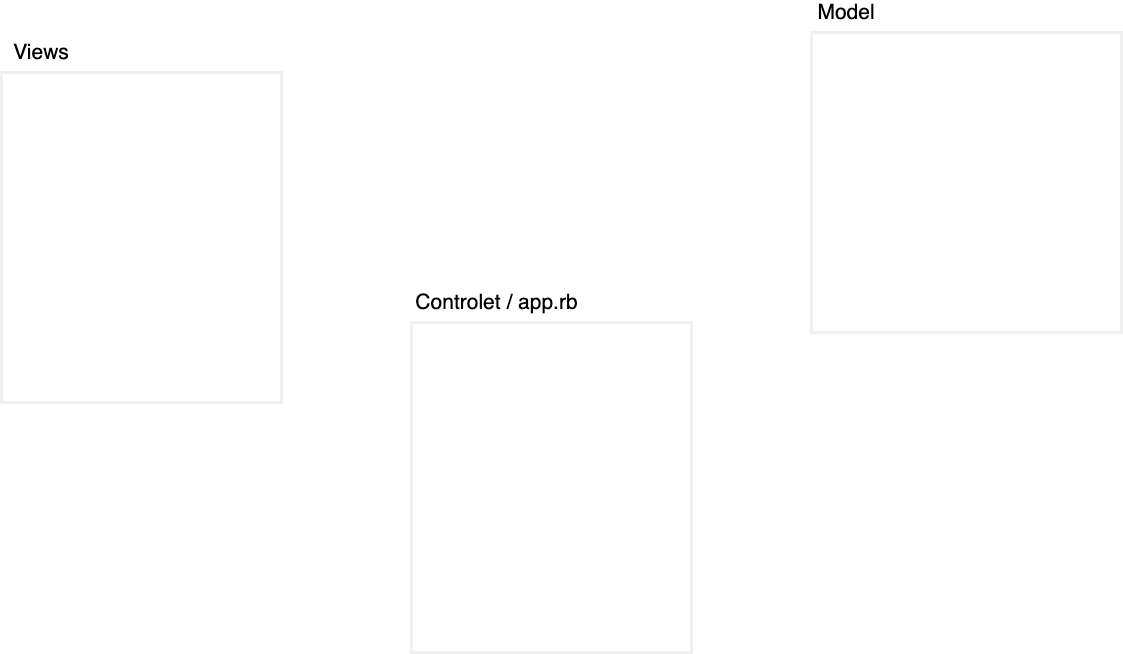
Before: diagram.drawio.png, a diagram exported from draw.io (makersacademy/rps-challenge-apprenticeships). Source tidied: cells renumbered, new cells last; positions are measured from the earlier drawing's top-left corner, leaving out a move shared by most shapes.
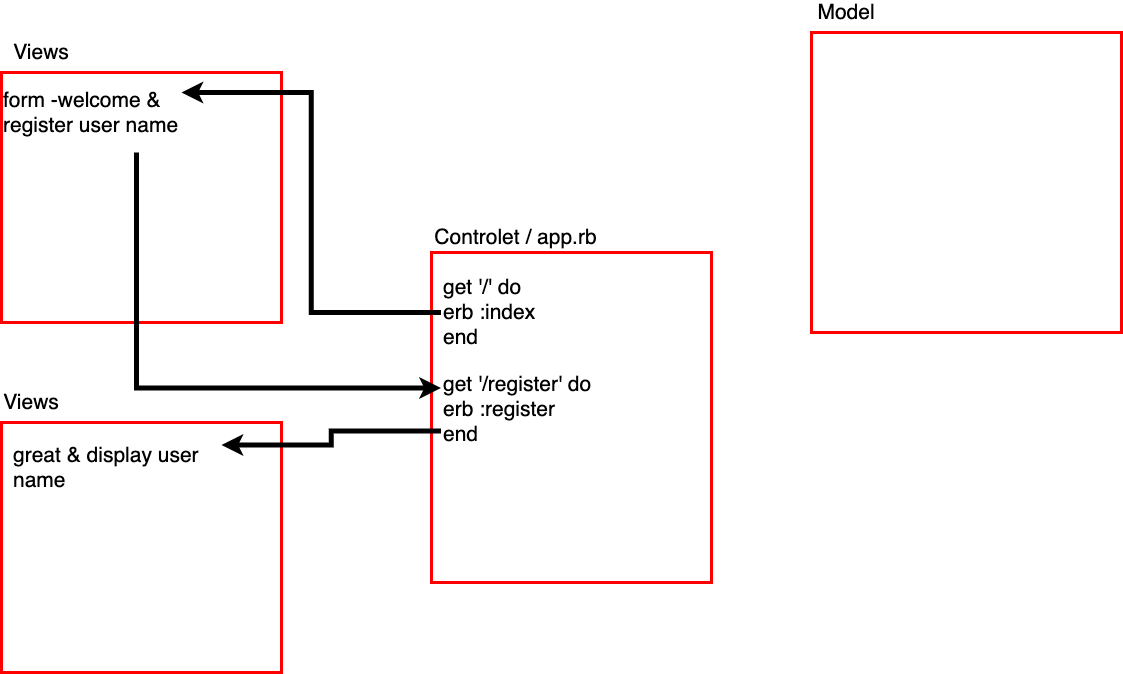
After the commit.

Commit message:
--first user story done and feature test pass

Change to the diagram source:
```diff
@@ -2,23 +2,50 @@
   <root>
     <mxCell id="0" />
     <mxCell id="1" parent="0" />
+    <mxCell id="8" style="rounded=0;whiteSpace=wrap;html=1;fontSize=21;strokeWidth=3;fillColor=none;strokeColor=#FF0000;" parent="1" vertex="1">
+      <mxGeometry y="420" width="280" height="250" as="geometry" />
+    </mxCell>
-    <mxCell id="2" style="rounded=0;whiteSpace=wrap;html=1;strokeColor=#f0f0f0;strokeWidth=3;fillColor=none;" parent="1" vertex="1">
-      <mxGeometry x="410" y="320" width="280" height="330" as="geometry" />
+    <mxCell id="2" style="rounded=0;whiteSpace=wrap;html=1;strokeWidth=3;fillColor=none;strokeColor=#FF0000;" parent="1" vertex="1">
+      <mxGeometry x="430" y="250" width="280" height="330" as="geometry" />
     </mxCell>
     <mxCell id="3" value="Controlet / app.rb&lt;br&gt;" style="text;html=1;strokeColor=none;fillColor=none;align=center;verticalAlign=middle;whiteSpace=wrap;rounded=0;fontSize=21;" parent="1" vertex="1">
-      <mxGeometry x="391" y="290" width="209" height="20" as="geometry" />
+      <mxGeometry x="410" y="225" width="209" height="20" as="geometry" />
     </mxCell>
-    <mxCell id="4" style="rounded=0;whiteSpace=wrap;html=1;fontSize=21;strokeColor=#f0f0f0;strokeWidth=3;fillColor=none;" parent="1" vertex="1">
-      <mxGeometry y="70" width="280" height="330" as="geometry" />
+    <mxCell id="4" style="rounded=0;whiteSpace=wrap;html=1;fontSize=21;strokeWidth=3;fillColor=none;strokeColor=#FF0000;" parent="1" vertex="1">
+      <mxGeometry y="70" width="280" height="250" as="geometry" />
     </mxCell>
     <mxCell id="5" value="Views" style="text;html=1;strokeColor=none;fillColor=none;align=center;verticalAlign=middle;whiteSpace=wrap;rounded=0;fontSize=21;" parent="1" vertex="1">
       <mxGeometry x="20" y="40" width="40" height="20" as="geometry" />
     </mxCell>
-    <mxCell id="6" style="rounded=0;whiteSpace=wrap;html=1;fontSize=21;strokeColor=#f0f0f0;strokeWidth=3;fillColor=none;" parent="1" vertex="1">
+    <mxCell id="6" style="rounded=0;whiteSpace=wrap;html=1;fontSize=21;strokeWidth=3;fillColor=none;strokeColor=#FF0000;" parent="1" vertex="1">
       <mxGeometry x="810" y="30" width="310" height="300" as="geometry" />
     </mxCell>
     <mxCell id="7" value="Model" style="text;html=1;strokeColor=none;fillColor=none;align=center;verticalAlign=middle;whiteSpace=wrap;rounded=0;fontSize=21;" parent="1" vertex="1">
       <mxGeometry x="810" width="70" height="20" as="geometry" />
     </mxCell>
+    <mxCell id="9" style="edgeStyle=orthogonalEdgeStyle;rounded=0;jettySize=auto;html=1;exitX=0;exitY=0.5;exitDx=0;exitDy=0;entryX=1;entryY=0.25;entryDx=0;entryDy=0;fontSize=21;strokeWidth=5;" parent="1" edge="1" source="10" target="12">
+      <mxGeometry relative="1" as="geometry" />
+    </mxCell>
+    <mxCell id="10" value="get '/' do&lt;br&gt;&lt;div&gt;&lt;span&gt;erb :index&lt;/span&gt;&lt;/div&gt;&lt;div&gt;&lt;span&gt;end&lt;/span&gt;&lt;/div&gt;" style="text;html=1;strokeColor=none;fillColor=none;align=left;verticalAlign=middle;whiteSpace=wrap;rounded=0;fontSize=21;" parent="1" vertex="1">
+      <mxGeometry x="439.5" y="270" width="150" height="80" as="geometry" />
+    </mxCell>
+    <mxCell id="11" style="edgeStyle=orthogonalEdgeStyle;rounded=0;jettySize=auto;html=1;exitX=0.75;exitY=1;exitDx=0;exitDy=0;entryX=0;entryY=0.25;entryDx=0;entryDy=0;fontSize=21;strokeWidth=5;" parent="1" edge="1" source="12" target="14">
+      <mxGeometry relative="1" as="geometry" />
+    </mxCell>
+    <mxCell id="12" value="form -welcome &amp;amp;&amp;nbsp; register user name" style="text;html=1;strokeColor=none;fillColor=none;align=left;verticalAlign=middle;whiteSpace=wrap;rounded=0;fontSize=21;" parent="1" vertex="1">
+      <mxGeometry y="70" width="180" height="80" as="geometry" />
+    </mxCell>
+    <mxCell id="13" style="edgeStyle=orthogonalEdgeStyle;rounded=0;jettySize=auto;html=1;exitX=0;exitY=0.75;exitDx=0;exitDy=0;entryX=1;entryY=0.25;entryDx=0;entryDy=0;fontSize=21;strokeWidth=5;" parent="1" edge="1" source="14" target="15">
+      <mxGeometry relative="1" as="geometry" />
+    </mxCell>
+    <mxCell id="14" value="get '/register' do&lt;br&gt;&lt;div&gt;&lt;span&gt;erb :register&lt;/span&gt;&lt;/div&gt;&lt;div&gt;&lt;span&gt;end&lt;/span&gt;&lt;/div&gt;" style="text;html=1;strokeColor=none;fillColor=none;align=left;verticalAlign=middle;whiteSpace=wrap;rounded=0;fontSize=21;" parent="1" vertex="1">
+      <mxGeometry x="439.5" y="364" width="230.5" height="86" as="geometry" />
+    </mxCell>
+    <mxCell id="15" value="great &amp;amp; display user name" style="text;html=1;strokeColor=none;fillColor=none;align=left;verticalAlign=middle;whiteSpace=wrap;rounded=0;fontSize=21;" parent="1" vertex="1">
+      <mxGeometry x="10" y="420" width="210" height="90" as="geometry" />
+    </mxCell>
+    <mxCell id="16" value="Views" style="text;html=1;strokeColor=none;fillColor=none;align=center;verticalAlign=middle;whiteSpace=wrap;rounded=0;fontSize=21;" parent="1" vertex="1">
+      <mxGeometry x="10" y="390" width="40" height="20" as="geometry" />
+    </mxCell>
   </root>
 </mxGraphModel>
```
